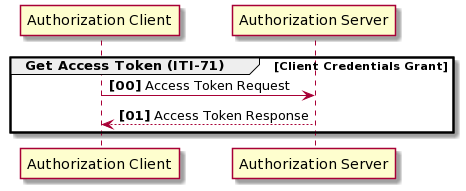
Earlier version of the PlantUML export media/client-credential-grant.png (IHE/ITI.IUA).
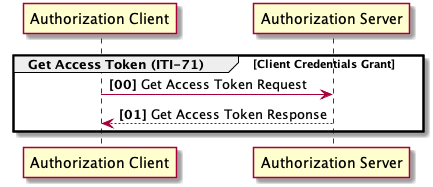
After the commit.

Diff of the diagram source:
```diff
@@ -1,13 +1,15 @@
-@startuml
+@startuml client-credential-grant
+
 participant "Authorization Client" as Client
 participant "Authorization Server" as AuthzServer
 
 autonumber 0 1 "<b>[00]</b>"
 
 group Get Access Token (ITI-71) [Client Credentials Grant]
-Client -> AuthzServer: Access Token Request
-AuthzServer --> Client: Access Token Response
+Client -> AuthzServer: Get Access Token Request
+AuthzServer --> Client: Get Access Token Response
 end
 
 autonumber stop
+
 @enduml
```
